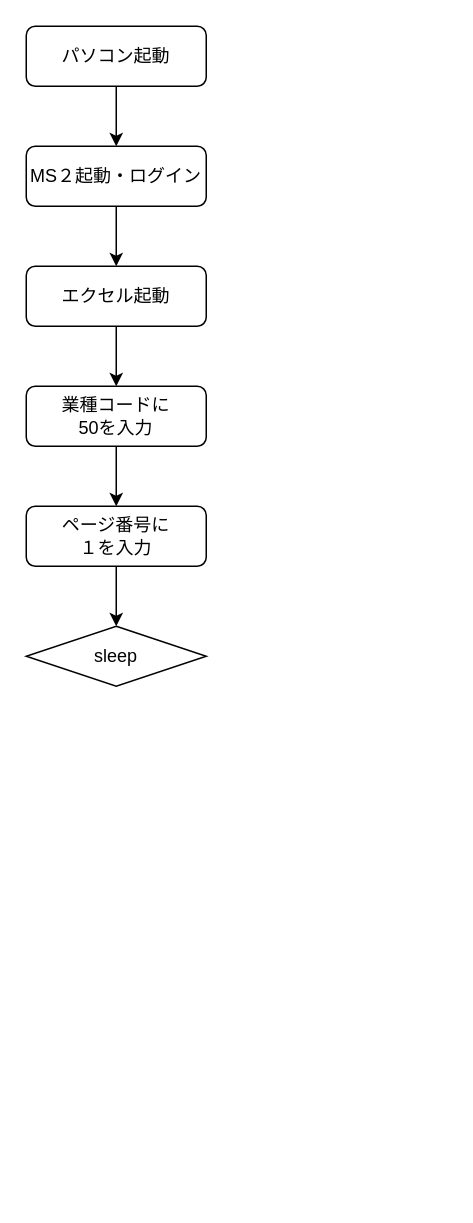
Above: 名称未設定ファイル.drawio in logs-in-bark/Test1 (draw.io), before the change. Source tidied: cells renumbered, new cells numbered last; positions are measured from the earlier drawing's top-left corner, leaving out a move shared by most shapes. Both pictures are drawn from the tidied source at 150%, with x=0, y=0 at pixel (26, 26).
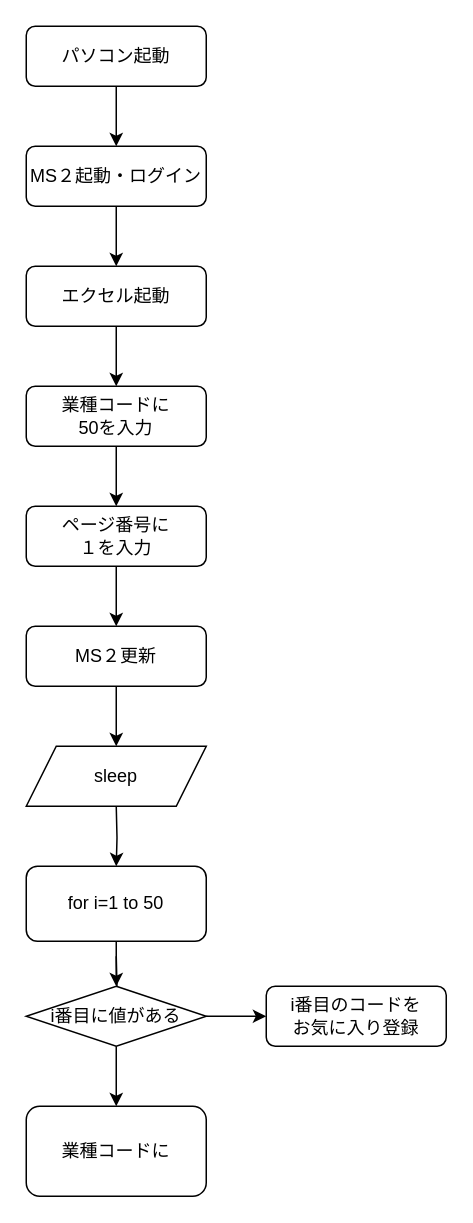
After the change.

Commit message (it also covers changes not shown here):
名称未設定ファイル.drawio を更新します

Change to the diagram source:
```diff
@@
+    <mxCell id="13" style="edgeStyle=orthogonalEdgeStyle;rounded=0;jettySize=auto;html=1;" parent="1" edge="1" target="18">
+      <mxGeometry relative="1" as="geometry">
+        <mxPoint x="60" y="520" as="sourcePoint" />
+      </mxGeometry>
+    </mxCell>
+    <mxCell id="14" style="edgeStyle=orthogonalEdgeStyle;rounded=0;jettySize=auto;html=1;" parent="1" edge="1" source="15">
+      <mxGeometry relative="1" as="geometry">
+        <mxPoint x="60" y="480" as="targetPoint" />
+      </mxGeometry>
+    </mxCell>
+    <mxCell id="15" value="MS２更新" style="rounded=1;whiteSpace=wrap;html=1;" parent="1" vertex="1">
+      <mxGeometry y="400" width="120" height="40" as="geometry" />
+    </mxCell>
+    <mxCell id="16" style="edgeStyle=orthogonalEdgeStyle;rounded=0;jettySize=auto;html=1;startArrow=none;" parent="1" edge="1" target="21">
+      <mxGeometry relative="1" as="geometry">
+        <mxPoint x="60" y="620" as="sourcePoint" />
+      </mxGeometry>
+    </mxCell>
+    <mxCell id="17" style="edgeStyle=orthogonalEdgeStyle;rounded=0;jettySize=auto;html=1;" parent="1" edge="1" source="18" target="21">
+      <mxGeometry relative="1" as="geometry" />
+    </mxCell>
+    <mxCell id="18" value="for i=1 to 50" style="rounded=1;whiteSpace=wrap;html=1;" parent="1" vertex="1">
+      <mxGeometry y="560" width="120" height="50" as="geometry" />
+    </mxCell>
-    <mxCell id="12" value="sleep" style="rhombus;whiteSpace=wrap;html=1;" parent="1" vertex="1">
-      <mxGeometry y="400" width="120" height="40" as="geometry" />
+    <mxCell id="12" value="sleep" style="shape=parallelogram;perimeter=parallelogramPerimeter;whiteSpace=wrap;html=1;fixedSize=1;" parent="1" vertex="1">
+      <mxGeometry y="480" width="120" height="40" as="geometry" />
     </mxCell>
+    <mxCell id="19" style="edgeStyle=orthogonalEdgeStyle;rounded=0;jettySize=auto;html=1;" parent="1" edge="1" source="21" target="22">
+      <mxGeometry relative="1" as="geometry" />
+    </mxCell>
+    <mxCell id="20" style="edgeStyle=orthogonalEdgeStyle;rounded=0;jettySize=auto;html=1;" parent="1" edge="1" source="21" target="23">
+      <mxGeometry relative="1" as="geometry" />
+    </mxCell>
+    <mxCell id="21" value="i番目に値がある" style="rhombus;whiteSpace=wrap;html=1;" parent="1" vertex="1">
+      <mxGeometry y="640" width="120" height="40" as="geometry" />
+    </mxCell>
+    <mxCell id="22" value="i番目のコードを&lt;br&gt;お気に入り登録" style="rounded=1;whiteSpace=wrap;html=1;" parent="1" vertex="1">
+      <mxGeometry x="160" y="640" width="120" height="40" as="geometry" />
+    </mxCell>
+    <mxCell id="23" value="業種コードに" style="rounded=1;whiteSpace=wrap;html=1;" parent="1" vertex="1">
+      <mxGeometry y="720" width="120" height="60" as="geometry" />
+    </mxCell>
```
